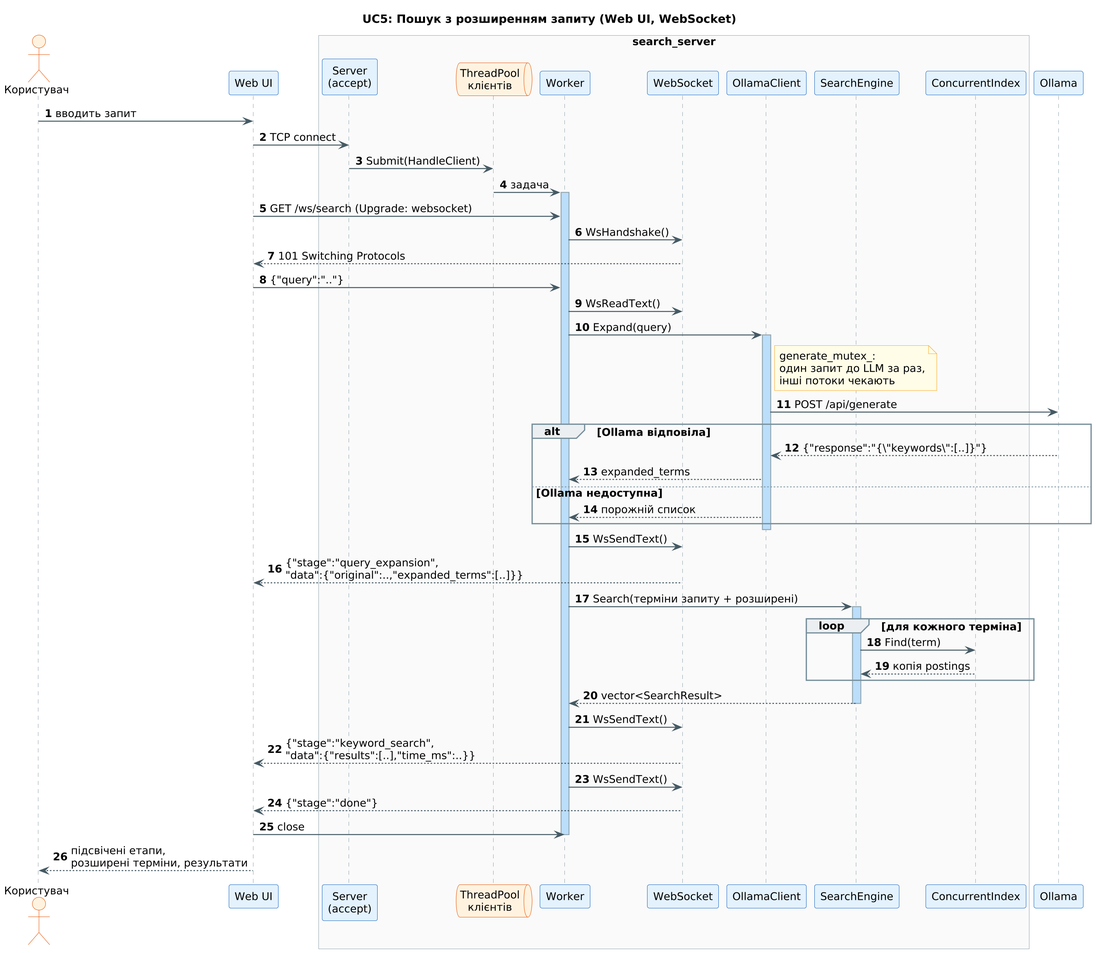
Above: docs/uml/seq_search_ws.png in vlb103/parallel-search-engine (PlantUML), before the change. The source it was exported from:
```plantuml
@startuml seq_search_ws
!include style.iuml
autonumber
title UC5: Пошук з розширенням запиту (Web UI, WebSocket)

actor "Користувач" as User
participant "Web UI" as Ui
box "search_server" #FAFAFA
  participant "Server\n(accept)" as Server
  queue "ThreadPool\nклієнтів" as Pool
  participant "Worker" as Worker
  participant "WebSocket" as Ws
  participant "OllamaClient" as OllamaClient
  participant "SearchEngine" as Engine
  participant "ConcurrentIndex" as Index
end box
participant "Ollama" as Ollama

User -> Ui : вводить запит
Ui -> Server : TCP connect
Server -> Pool : Submit(HandleClient)
Pool -> Worker : задача
activate Worker
Ui -> Worker : GET /ws/search (Upgrade: websocket)
Worker -> Ws : WsHandshake()
Ws --> Ui : 101 Switching Protocols
Ui -> Worker : {"query":".."}
Worker -> Ws : WsReadText()

Worker -> OllamaClient : Expand(query)
activate OllamaClient
note right of OllamaClient : generate_mutex_:\nодин запит до LLM за раз,\nінші потоки чекають
OllamaClient -> Ollama : POST /api/generate
alt Ollama відповіла
  Ollama --> OllamaClient : {"response":"{\"keywords\":[..]}"}
  OllamaClient --> Worker : expanded_terms
else Ollama недоступна
  OllamaClient --> Worker : порожній список
end
deactivate OllamaClient
Worker -> Ws : WsSendText()
Ws --> Ui : {"stage":"query_expansion",\n"data":{"original":..,"expanded_terms":[..]}}

Worker -> Engine : Search(терміни запиту + розширені)
activate Engine
loop для кожного терміна
  Engine -> Index : Find(term)
  Index --> Engine : копія postings
end
Engine --> Worker : vector<SearchResult>
deactivate Engine
Worker -> Ws : WsSendText()
Ws --> Ui : {"stage":"keyword_search",\n"data":{"results":[..],"time_ms":..}}

Worker -> Ws : WsSendText()
Ws --> Ui : {"stage":"done"}
Ui -> Worker : close
deactivate Worker
Ui --> User : підсвічені етапи,\nрозширені терміни, результати
@enduml
```
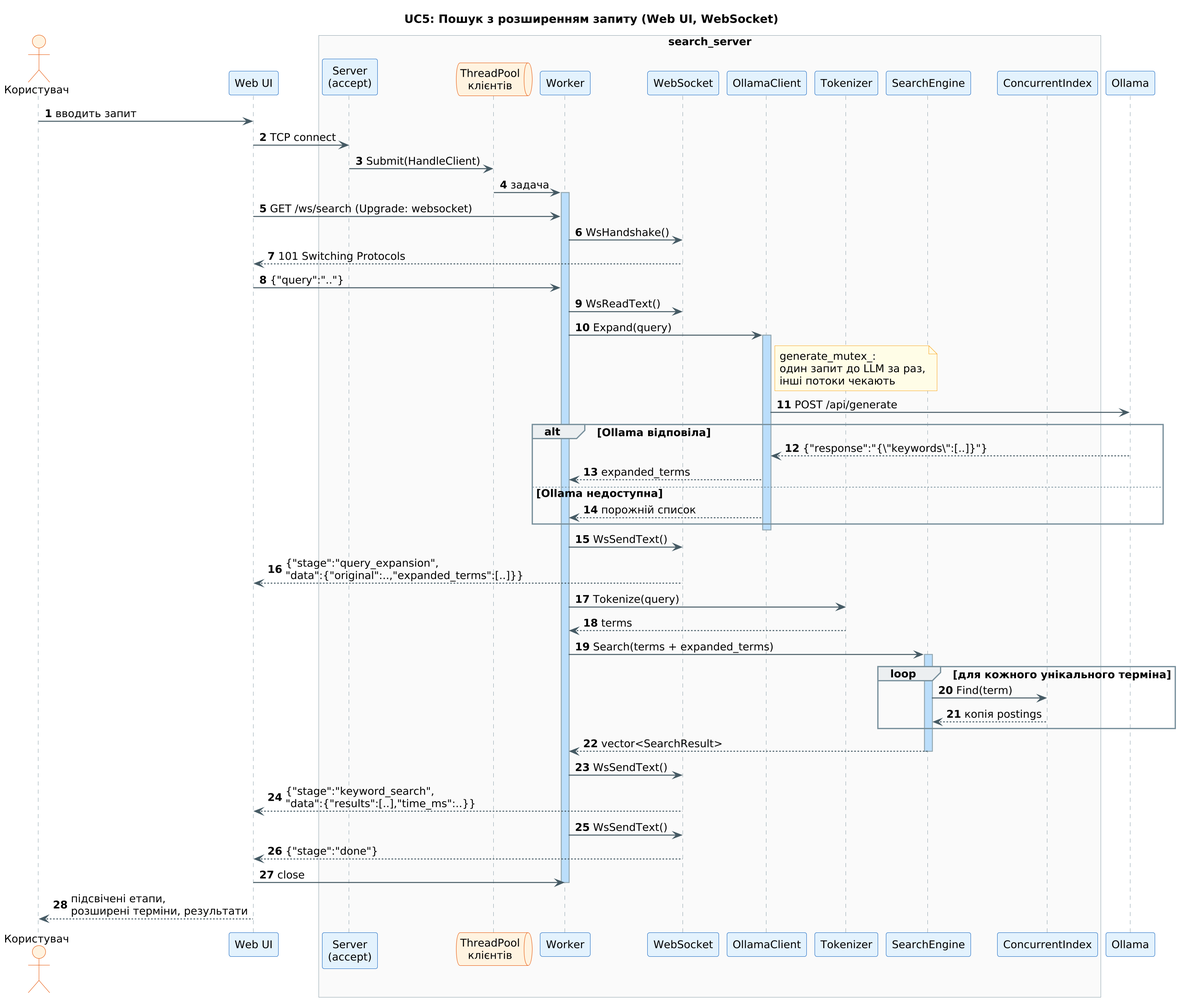
Later version of the same file.

Change to the diagram source:
```diff
@@ -11,6 +11,7 @@
   participant "Worker" as Worker
   participant "WebSocket" as Ws
   participant "OllamaClient" as OllamaClient
+  participant "Tokenizer" as Tokenizer
   participant "SearchEngine" as Engine
   participant "ConcurrentIndex" as Index
 end box
@@ -41,9 +42,11 @@
 Worker -> Ws : WsSendText()
 Ws --> Ui : {"stage":"query_expansion",\n"data":{"original":..,"expanded_terms":[..]}}
 
-Worker -> Engine : Search(терміни запиту + розширені)
+Worker -> Tokenizer : Tokenize(query)
+Tokenizer --> Worker : terms
+Worker -> Engine : Search(terms + expanded_terms)
 activate Engine
-loop для кожного терміна
+loop для кожного унікального терміна
   Engine -> Index : Find(term)
   Index --> Engine : копія postings
 end
```
